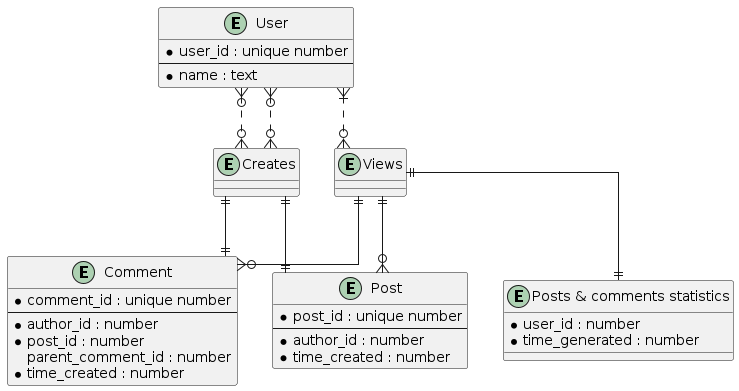
Before: doc/entity-relationship-diagram.png, a diagram exported from PlantUML (ninaiad/soa-project). Its diagram source:
```plantuml
@startuml

skinparam linetype ortho

entity "User" as e01 {
  *user_id : unique number
  --
  *name : text
}

entity "Creates" as e02 {
}

entity "Views" as e06 {
}

entity "Post" as e03 {
  *post_id : unique number
  --
  *author_id : number
  *time_created : number
}

entity "Comment" as e05 {
  *comment_id : unique number
  --
  *author_id : number
  *post_id : number
  parent_comment_id : number
  *time_created : number
}

entity "Posts & comments statistics" as e07 {
  *user_id : number
  *time_generated : number
}

e01 }o..o{ e02
e02 ||--|| e03
e01 }o..o{ e02
e02 ||--|| e05
e01 }|..o{ e06
e06 ||--o{ e03
e06 ||--o{ e05
e06 ||--|| e07

@enduml
```
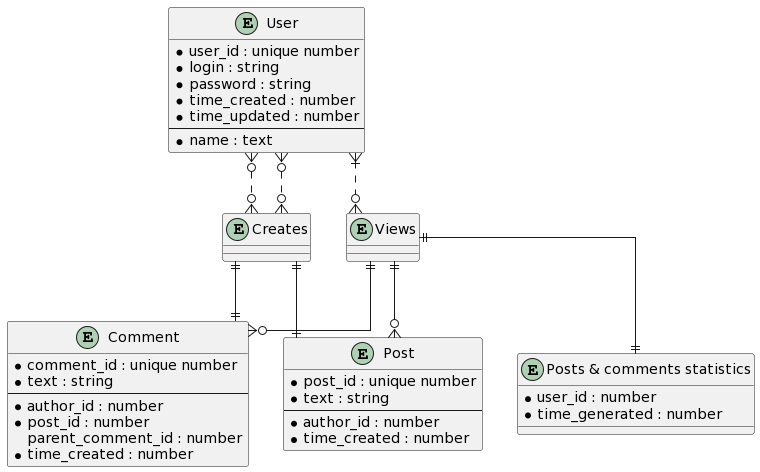
Above is the later version.

Change to the diagram source:
```diff
@@ -1,9 +1,12 @@
 @startuml
-
 skinparam linetype ortho
 
 entity "User" as e01 {
   *user_id : unique number
+  *login : string
+  *password : string
+  *time_created : number
+  *time_updated : number
   --
   *name : text
 }
@@ -16,6 +19,7 @@
 
 entity "Post" as e03 {
   *post_id : unique number
+  *text : string
   --
   *author_id : number
   *time_created : number
@@ -23,6 +27,7 @@
 
 entity "Comment" as e05 {
   *comment_id : unique number
+  *text : string
   --
   *author_id : number
   *post_id : number
@@ -43,5 +48,4 @@
 e06 ||--o{ e03
 e06 ||--o{ e05
 e06 ||--|| e07
-
 @enduml
```
